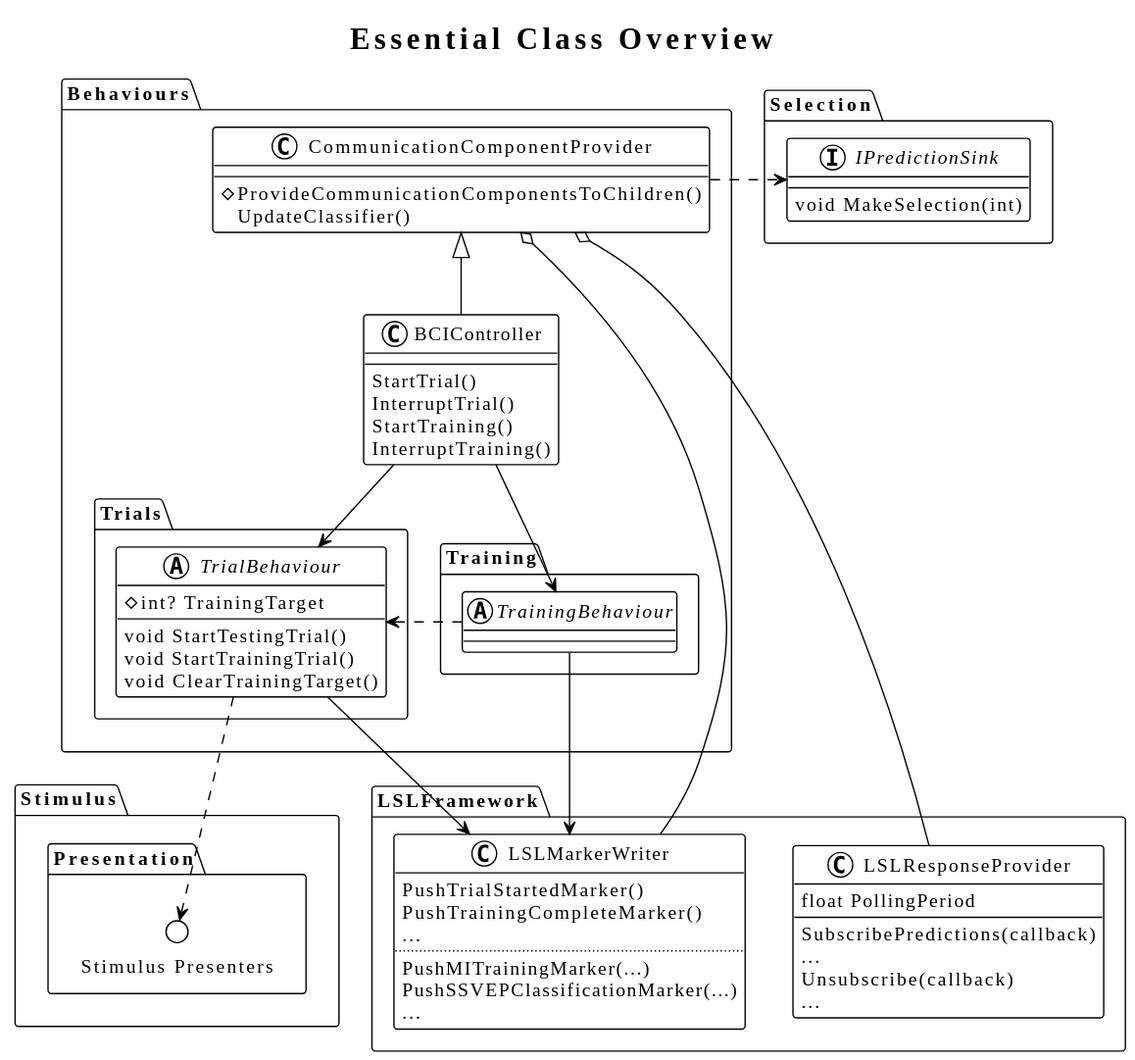
Above: content/bessy-unity/overview.svg in BCI-Games/bessy-docs (PlantUML), before the change.
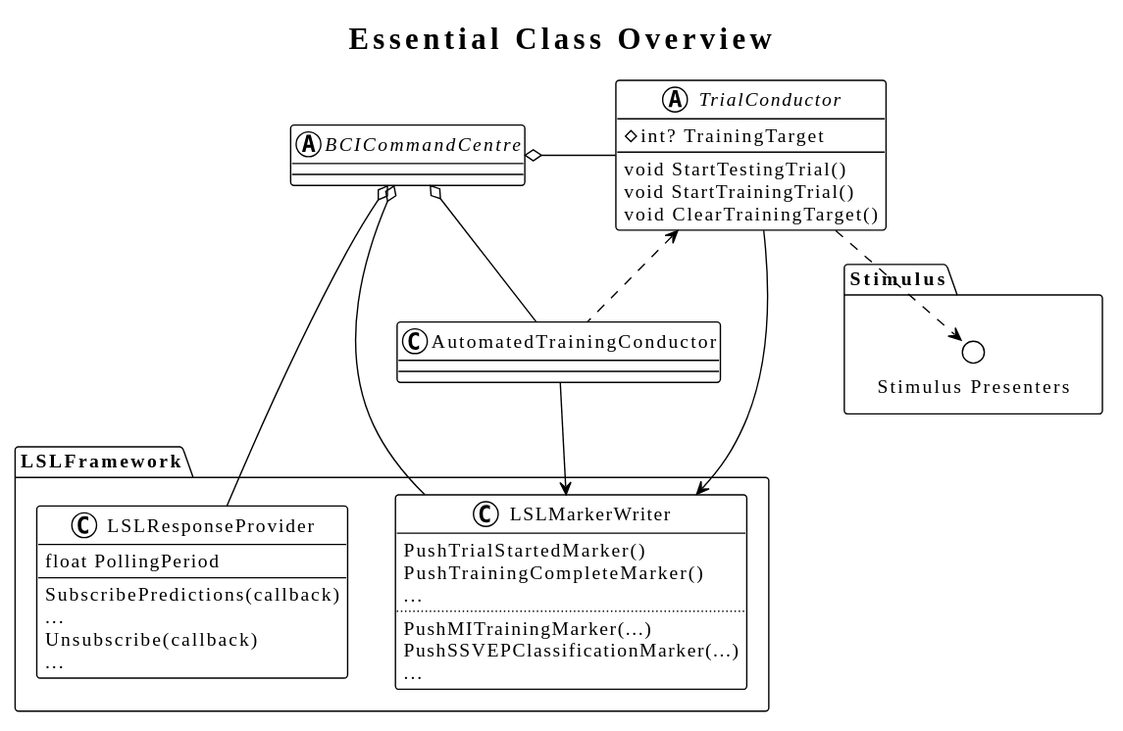
The same diagram one commit later.

Commit message:
Updated overview diagram

Change to the diagram source:
```diff
@@ -3,45 +3,21 @@
 title Essential Class Overview
 
 
-interface Selection.IPredictionSink {
-    void MakeSelection(int)
+abstract class BCICommandCentre
+
+
+abstract TrialConductor {
+    # int? TrainingTarget
+    void StartTestingTrial()
+    void StartTrainingTrial()
+    void ClearTrainingTarget()
 }
 
-namespace Stimulus.Presentation {
-    circle "Stimulus Presenters" as presenters
-}
+class AutomatedTrainingConductor
 
+BCICommandCentre o- TrialConductor
+BCICommandCentre o-- AutomatedTrainingConductor
 
-namespace Behaviours {
-    class BCIController extends CommunicationComponentProvider {
-        StartTrial()
-        InterruptTrial()
-        StartTraining()
-        InterruptTraining()
-    }
-
-    class CommunicationComponentProvider {
-        # ProvideCommunicationComponentsToChildren()
-        UpdateClassifier()
-    }
-
-    namespace Trials {
-        abstract TrialBehaviour {
-            # int? TrainingTarget
-            void StartTestingTrial()
-            void StartTrainingTrial()
-            void ClearTrainingTarget()
-        }
-    }
-
-    namespace Training {
-        abstract TrainingBehaviour
-    }
-
-    BCIController --> TrialBehaviour
-    BCIController --> TrainingBehaviour
-    CommunicationComponentProvider .> IPredictionSink
-}
 
 namespace LSLFramework {
     class LSLMarkerWriter {
@@ -64,12 +40,17 @@
     }
 }
 
-CommunicationComponentProvider o-- LSLMarkerWriter
-CommunicationComponentProvider o-- LSLResponseProvider
+BCICommandCentre o-- LSLMarkerWriter
+BCICommandCentre o-- LSLResponseProvider
 
-TrialBehaviour --> LSLMarkerWriter
-TrainingBehaviour --> LSLMarkerWriter
-TrialBehaviour <. TrainingBehaviour
+TrialConductor --> LSLMarkerWriter
+AutomatedTrainingConductor --> LSLMarkerWriter
+TrialConductor <.. AutomatedTrainingConductor
 
-TrialBehaviour ..> presenters
+
+namespace Stimulus {
+    circle "Stimulus Presenters" as presenters
+}
+
+TrialConductor ..> presenters
 @enduml
```
